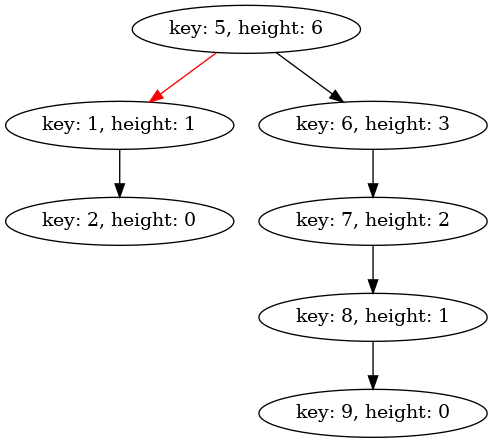
The Graphviz diagram graph.png in Hriman-Mahanta/Data_Structures, before a commit. Its source is kept beside it as graph.dot.
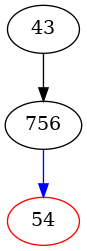
The same file after the commit.

Diff of the diagram source:
```diff
@@ -1,15 +1,7 @@
 digraph g{
-5[label="key: 5, height: 6"];
-5 -> 1 [color = red];
-1[label="key: 1, height: 1"];
-1 -> 2 ;
-2[label="key: 2, height: 0"];
-5 -> 6 ;
-6[label="key: 6, height: 3"];
-6 -> 7 ;
-7[label="key: 7, height: 2"];
-7 -> 8 ;
-8[label="key: 8, height: 1"];
-8 -> 9 ;
-9[label="key: 9, height: 0"];
+43[label="43", color=black];
+43-> 756 ;
+756[label="756", color=black];
+756 -> 54 [color = blue];
+54[label="54", color=red];
 }
```
